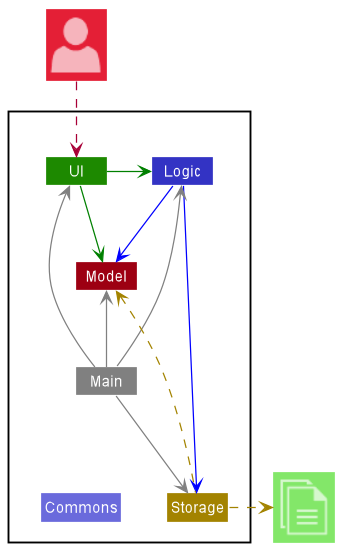
nus-cs2103-AY2223S2/tp keeps this PlantUML diagram as docs/images/ArchitectureDiagram.png. Above is the earlier version.
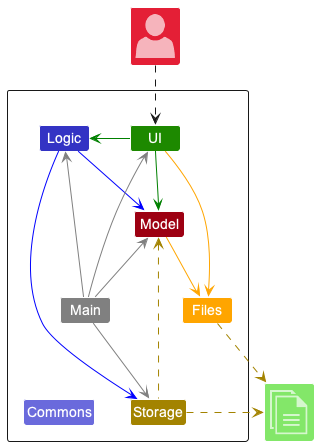
The same file after the commit.

Diff of the diagram source:
```diff
@@ -5,20 +5,22 @@
 !include style.puml
 
 Package " "<<Rectangle>>{
-    Class UI UI_COLOR
-    Class Logic LOGIC_COLOR
-    Class Storage STORAGE_COLOR
-    Class Model MODEL_COLOR
-    Class Main #grey
-    Class Commons LOGIC_COLOR_T2
+Class UI UI_COLOR
+Class Logic LOGIC_COLOR
+Class Storage STORAGE_COLOR
+Class Model MODEL_COLOR
+Class Main #grey
+Class Commons LOGIC_COLOR_T2
+Class Files FILES_COLOR
+
 }
 
 Class "<$user>" as User MODEL_COLOR_T2
 Class "<$documents>" as File UI_COLOR_T1
 
-
 UI -[#green]> Logic
 UI -right[#green]-> Model
+UI -[#orange]-> Files
 Logic -[#blue]-> Storage
 Logic -down[#blue]-> Model
 Main -[#grey]-> UI
@@ -29,5 +31,7 @@
 
 Storage -up[STORAGE_COLOR].> Model
 Storage .right[STORAGE_COLOR].>File
+Files .right[STORAGE_COLOR].>File
 User ..> UI
+Model -[#orange]-> Files
 @enduml
```
